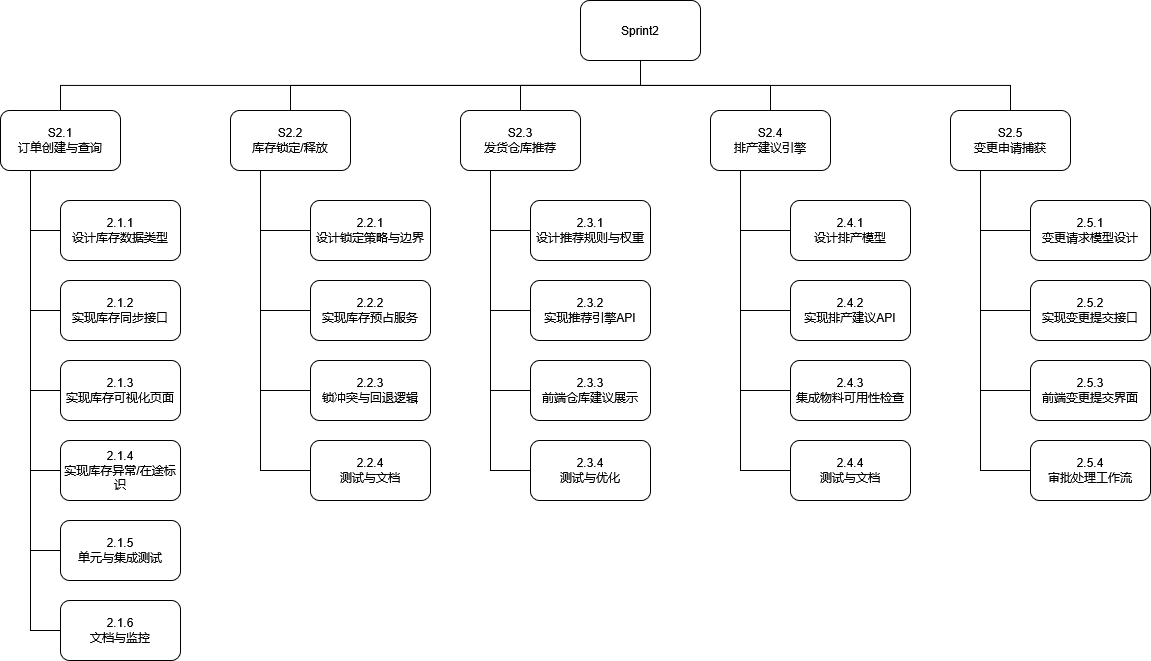
This is 项目管理WBS.png from QMCCC010/git.demo, a draw.io export, as it was before one commit. Source tidied: cells renumbered, new cells last; positions are measured from the earlier drawing's top-left corner, leaving out a move shared by most shapes.
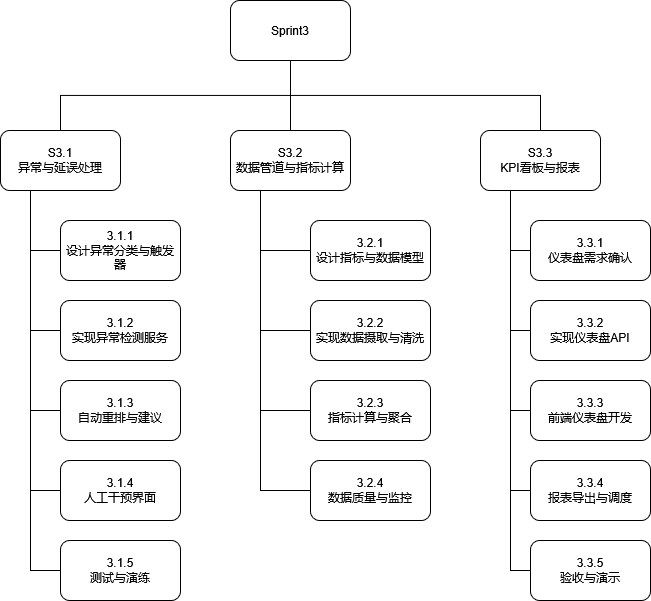
Above is the later version.

Diff of the diagram source:
```diff
@@ -8,17 +8,11 @@
     <mxCell id="3" style="edgeStyle=orthogonalEdgeStyle;rounded=0;jettySize=auto;html=1;exitX=0.5;exitY=1;exitDx=0;exitDy=0;endArrow=none;endFill=0;" parent="1" edge="1" source="7" target="25">
       <mxGeometry relative="1" as="geometry" />
     </mxCell>
-    <mxCell id="4" style="edgeStyle=orthogonalEdgeStyle;rounded=0;jettySize=auto;html=1;exitX=0.5;exitY=1;exitDx=0;exitDy=0;entryX=0.5;entryY=0;entryDx=0;entryDy=0;endArrow=none;endFill=0;" parent="1" edge="1" source="7" target="30">
-      <mxGeometry relative="1" as="geometry" />
-    </mxCell>
     <mxCell id="5" style="edgeStyle=orthogonalEdgeStyle;rounded=0;jettySize=auto;html=1;exitX=0.5;exitY=1;exitDx=0;exitDy=0;endArrow=none;endFill=0;" parent="1" edge="1" source="7" target="20">
       <mxGeometry relative="1" as="geometry" />
     </mxCell>
-    <mxCell id="6" style="edgeStyle=orthogonalEdgeStyle;rounded=0;jettySize=auto;html=1;exitX=0.5;exitY=1;exitDx=0;exitDy=0;entryX=0.5;entryY=0;entryDx=0;entryDy=0;endArrow=none;endFill=0;" parent="1" edge="1" source="7" target="35">
-      <mxGeometry relative="1" as="geometry" />
-    </mxCell>
-    <mxCell id="7" value="Sprint2" style="rounded=1;whiteSpace=wrap;html=1;" parent="1" vertex="1">
-      <mxGeometry x="580" width="120" height="60" as="geometry" />
+    <mxCell id="7" value="Sprint3" style="rounded=1;whiteSpace=wrap;html=1;" parent="1" vertex="1">
+      <mxGeometry x="230" y="-20" width="120" height="60" as="geometry" />
     </mxCell>
     <mxCell id="8" style="edgeStyle=orthogonalEdgeStyle;rounded=0;jettySize=auto;html=1;exitX=0.25;exitY=1;exitDx=0;exitDy=0;" parent="1" edge="1" source="15">
       <mxGeometry relative="1" as="geometry">
@@ -40,10 +34,7 @@
     <mxCell id="13" style="edgeStyle=orthogonalEdgeStyle;rounded=0;jettySize=auto;html=1;exitX=0.25;exitY=1;exitDx=0;exitDy=0;entryX=0;entryY=0.5;entryDx=0;entryDy=0;endArrow=none;endFill=0;" parent="1" edge="1" source="15" target="40">
       <mxGeometry relative="1" as="geometry" />
     </mxCell>
-    <mxCell id="14" style="edgeStyle=orthogonalEdgeStyle;rounded=0;jettySize=auto;html=1;exitX=0.25;exitY=1;exitDx=0;exitDy=0;entryX=0;entryY=0.5;entryDx=0;entryDy=0;endArrow=none;endFill=0;" parent="1" edge="1" source="15" target="41">
-      <mxGeometry relative="1" as="geometry" />
-    </mxCell>
-    <mxCell id="15" value="&lt;div&gt;S2.1&lt;/div&gt;&lt;div&gt;订单创建与查询&lt;/div&gt;" style="rounded=1;whiteSpace=wrap;html=1;" parent="1" vertex="1">
+    <mxCell id="15" value="&lt;div&gt;S3.1&lt;/div&gt;&lt;div&gt;异常与延误处理&lt;/div&gt;" style="rounded=1;whiteSpace=wrap;html=1;" parent="1" vertex="1">
       <mxGeometry y="110" width="120" height="60" as="geometry" />
     </mxCell>
     <mxCell id="16" style="edgeStyle=orthogonalEdgeStyle;rounded=0;jettySize=auto;html=1;exitX=0.25;exitY=1;exitDx=0;exitDy=0;entryX=0;entryY=0.5;entryDx=0;entryDy=0;endArrow=none;endFill=0;" parent="1" edge="1" source="20" target="42">
@@ -58,7 +49,7 @@
     <mxCell id="19" style="edgeStyle=orthogonalEdgeStyle;rounded=0;jettySize=auto;html=1;exitX=0.25;exitY=1;exitDx=0;exitDy=0;entryX=0;entryY=0.5;entryDx=0;entryDy=0;endArrow=none;endFill=0;" parent="1" edge="1" source="20" target="45">
       <mxGeometry relative="1" as="geometry" />
     </mxCell>
-    <mxCell id="20" value="&lt;div&gt;S2.2&lt;/div&gt;&lt;div&gt;库存锁定/释放&lt;/div&gt;" style="rounded=1;whiteSpace=wrap;html=1;" parent="1" vertex="1">
+    <mxCell id="20" value="&lt;div&gt;S3.2&lt;/div&gt;&lt;div&gt;数据管道与指标计算&lt;/div&gt;" style="rounded=1;whiteSpace=wrap;html=1;" parent="1" vertex="1">
       <mxGeometry x="230" y="110" width="120" height="60" as="geometry" />
     </mxCell>
     <mxCell id="21" style="edgeStyle=orthogonalEdgeStyle;rounded=0;jettySize=auto;html=1;exitX=0.25;exitY=1;exitDx=0;exitDy=0;entryX=0;entryY=0.5;entryDx=0;entryDy=0;endArrow=none;endFill=0;" parent="1" edge="1" source="25" target="46">
@@ -73,104 +64,55 @@
     <mxCell id="24" style="edgeStyle=orthogonalEdgeStyle;rounded=0;jettySize=auto;html=1;exitX=0.25;exitY=1;exitDx=0;exitDy=0;entryX=0;entryY=0.5;entryDx=0;entryDy=0;endArrow=none;endFill=0;" parent="1" edge="1" source="25" target="49">
       <mxGeometry relative="1" as="geometry" />
     </mxCell>
-    <mxCell id="25" value="&lt;div&gt;S2.3&lt;/div&gt;&lt;div&gt;发货仓库推荐&lt;/div&gt;" style="rounded=1;whiteSpace=wrap;html=1;" parent="1" vertex="1">
-      <mxGeometry x="460" y="110" width="120" height="60" as="geometry" />
+    <mxCell id="25" value="&lt;div&gt;S3.3&lt;/div&gt;&lt;div&gt;KPI看板与报表&lt;/div&gt;" style="rounded=1;whiteSpace=wrap;html=1;" parent="1" vertex="1">
+      <mxGeometry x="480" y="110" width="120" height="60" as="geometry" />
     </mxCell>
-    <mxCell id="26" style="edgeStyle=orthogonalEdgeStyle;rounded=0;jettySize=auto;html=1;exitX=0.25;exitY=1;exitDx=0;exitDy=0;entryX=0;entryY=0.5;entryDx=0;entryDy=0;endArrow=none;endFill=0;" parent="1" edge="1" source="30" target="50">
-      <mxGeometry relative="1" as="geometry" />
-    </mxCell>
-    <mxCell id="27" style="edgeStyle=orthogonalEdgeStyle;rounded=0;jettySize=auto;html=1;exitX=0.25;exitY=1;exitDx=0;exitDy=0;entryX=0;entryY=0.5;entryDx=0;entryDy=0;endArrow=none;endFill=0;" parent="1" edge="1" source="30" target="51">
-      <mxGeometry relative="1" as="geometry" />
-    </mxCell>
-    <mxCell id="28" style="edgeStyle=orthogonalEdgeStyle;rounded=0;jettySize=auto;html=1;exitX=0.25;exitY=1;exitDx=0;exitDy=0;entryX=0;entryY=0.5;entryDx=0;entryDy=0;endArrow=none;endFill=0;" parent="1" edge="1" source="30" target="52">
-      <mxGeometry relative="1" as="geometry" />
-    </mxCell>
-    <mxCell id="29" style="edgeStyle=orthogonalEdgeStyle;rounded=0;jettySize=auto;html=1;exitX=0.25;exitY=1;exitDx=0;exitDy=0;entryX=0;entryY=0.5;entryDx=0;entryDy=0;endArrow=none;endFill=0;" parent="1" edge="1" source="30" target="53">
-      <mxGeometry relative="1" as="geometry" />
-    </mxCell>
-    <mxCell id="30" value="&lt;div&gt;S2.4&lt;/div&gt;&lt;div&gt;排产建议引擎&lt;/div&gt;" style="rounded=1;whiteSpace=wrap;html=1;" parent="1" vertex="1">
-      <mxGeometry x="710" y="110" width="120" height="60" as="geometry" />
-    </mxCell>
-    <mxCell id="31" style="edgeStyle=orthogonalEdgeStyle;rounded=0;jettySize=auto;html=1;exitX=0.25;exitY=1;exitDx=0;exitDy=0;entryX=0;entryY=0.5;entryDx=0;entryDy=0;endArrow=none;endFill=0;" parent="1" edge="1" source="35" target="54">
-      <mxGeometry relative="1" as="geometry" />
-    </mxCell>
-    <mxCell id="32" style="edgeStyle=orthogonalEdgeStyle;rounded=0;jettySize=auto;html=1;exitX=0.25;exitY=1;exitDx=0;exitDy=0;entryX=0;entryY=0.5;entryDx=0;entryDy=0;endArrow=none;endFill=0;" parent="1" edge="1" source="35" target="55">
-      <mxGeometry relative="1" as="geometry" />
-    </mxCell>
-    <mxCell id="33" style="edgeStyle=orthogonalEdgeStyle;rounded=0;jettySize=auto;html=1;exitX=0.25;exitY=1;exitDx=0;exitDy=0;entryX=0;entryY=0.5;entryDx=0;entryDy=0;endArrow=none;endFill=0;" parent="1" edge="1" source="35" target="56">
-      <mxGeometry relative="1" as="geometry" />
-    </mxCell>
-    <mxCell id="34" style="edgeStyle=orthogonalEdgeStyle;rounded=0;jettySize=auto;html=1;exitX=0.25;exitY=1;exitDx=0;exitDy=0;entryX=0;entryY=0.5;entryDx=0;entryDy=0;endArrow=none;endFill=0;" parent="1" edge="1" source="35" target="57">
-      <mxGeometry relative="1" as="geometry" />
-    </mxCell>
-    <mxCell id="35" value="&lt;div&gt;S2.5&lt;/div&gt;&lt;div&gt;变更申请捕获&lt;/div&gt;" style="rounded=1;whiteSpace=wrap;html=1;" parent="1" vertex="1">
-      <mxGeometry x="950" y="110" width="120" height="60" as="geometry" />
-    </mxCell>
-    <mxCell id="36" value="&lt;div&gt;2.1.1&lt;/div&gt;&lt;div&gt;设计库存数据类型&lt;/div&gt;" style="rounded=1;whiteSpace=wrap;html=1;" parent="1" vertex="1">
+    <mxCell id="36" value="&lt;div&gt;3.1.1&lt;/div&gt;&lt;div&gt;设计异常分类与触发器&lt;/div&gt;" style="rounded=1;whiteSpace=wrap;html=1;" parent="1" vertex="1">
       <mxGeometry x="60" y="200" width="120" height="60" as="geometry" />
     </mxCell>
-    <mxCell id="37" value="&lt;div&gt;2.1.2&lt;/div&gt;&lt;div&gt;实现库存同步接口&lt;/div&gt;" style="rounded=1;whiteSpace=wrap;html=1;" parent="1" vertex="1">
+    <mxCell id="37" value="&lt;div&gt;3.1.2&lt;/div&gt;&lt;div&gt;实现异常检测服务&lt;/div&gt;" style="rounded=1;whiteSpace=wrap;html=1;" parent="1" vertex="1">
       <mxGeometry x="60" y="280" width="120" height="60" as="geometry" />
     </mxCell>
-    <mxCell id="38" value="&lt;div&gt;2.1.3&lt;/div&gt;&lt;div&gt;实现库存可视化页面&lt;/div&gt;" style="rounded=1;whiteSpace=wrap;html=1;" parent="1" vertex="1">
+    <mxCell id="38" value="&lt;div&gt;3.1.3&lt;/div&gt;&lt;div&gt;自动重排与建议&lt;/div&gt;" style="rounded=1;whiteSpace=wrap;html=1;" parent="1" vertex="1">
       <mxGeometry x="60" y="360" width="120" height="60" as="geometry" />
     </mxCell>
-    <mxCell id="39" value="&lt;div&gt;2.1.4&lt;/div&gt;&lt;div&gt;实现库存异常/在途标识&lt;/div&gt;" style="rounded=1;whiteSpace=wrap;html=1;" parent="1" vertex="1">
+    <mxCell id="39" value="&lt;div&gt;3.1.4&lt;/div&gt;&lt;div&gt;人工干预界面&lt;/div&gt;" style="rounded=1;whiteSpace=wrap;html=1;" parent="1" vertex="1">
       <mxGeometry x="60" y="440" width="120" height="60" as="geometry" />
     </mxCell>
-    <mxCell id="40" value="&lt;div&gt;2.1.5&lt;/div&gt;单元与集成测试" style="rounded=1;whiteSpace=wrap;html=1;" parent="1" vertex="1">
+    <mxCell id="40" value="&lt;div&gt;3.1.5&lt;/div&gt;&lt;div&gt;测试与演练&lt;/div&gt;" style="rounded=1;whiteSpace=wrap;html=1;" parent="1" vertex="1">
       <mxGeometry x="60" y="520" width="120" height="60" as="geometry" />
     </mxCell>
-    <mxCell id="41" value="&lt;div&gt;2.1.6&lt;/div&gt;&lt;div&gt;文档与监控&lt;/div&gt;" style="rounded=1;whiteSpace=wrap;html=1;" parent="1" vertex="1">
-      <mxGeometry x="60" y="600" width="120" height="60" as="geometry" />
-    </mxCell>
-    <mxCell id="42" value="&lt;div&gt;2.2.1&lt;/div&gt;&lt;div&gt;设计锁定策略与边界&lt;/div&gt;" style="rounded=1;whiteSpace=wrap;html=1;" parent="1" vertex="1">
+    <mxCell id="42" value="&lt;div&gt;3.2.1&lt;/div&gt;&lt;div&gt;设计指标与数据模型&lt;/div&gt;" style="rounded=1;whiteSpace=wrap;html=1;" parent="1" vertex="1">
       <mxGeometry x="310" y="200" width="120" height="60" as="geometry" />
     </mxCell>
-    <mxCell id="43" value="&lt;div&gt;2.2.2&lt;/div&gt;&lt;div&gt;实现库存预占服务&lt;/div&gt;" style="rounded=1;whiteSpace=wrap;html=1;" parent="1" vertex="1">
+    <mxCell id="43" value="&lt;div&gt;3.2.2&lt;/div&gt;&lt;div&gt;实现数据摄取与清洗&lt;/div&gt;" style="rounded=1;whiteSpace=wrap;html=1;" parent="1" vertex="1">
       <mxGeometry x="310" y="280" width="120" height="60" as="geometry" />
     </mxCell>
-    <mxCell id="44" value="&lt;div&gt;2.2.3&lt;/div&gt;&lt;div&gt;锁冲突与回退逻辑&lt;/div&gt;" style="rounded=1;whiteSpace=wrap;html=1;" parent="1" vertex="1">
+    <mxCell id="44" value="&lt;div&gt;3.2.3&lt;/div&gt;&lt;div&gt;指标计算与聚合&lt;/div&gt;" style="rounded=1;whiteSpace=wrap;html=1;" parent="1" vertex="1">
       <mxGeometry x="310" y="360" width="120" height="60" as="geometry" />
     </mxCell>
-    <mxCell id="45" value="&lt;div&gt;2.2.4&lt;/div&gt;&lt;div&gt;测试与文档&lt;/div&gt;" style="rounded=1;whiteSpace=wrap;html=1;" parent="1" vertex="1">
+    <mxCell id="45" value="&lt;div&gt;3.2.4&lt;/div&gt;&lt;div&gt;数据质量与监控&lt;/div&gt;" style="rounded=1;whiteSpace=wrap;html=1;" parent="1" vertex="1">
       <mxGeometry x="310" y="440" width="120" height="60" as="geometry" />
     </mxCell>
-    <mxCell id="46" value="&lt;div&gt;2.3.1&lt;/div&gt;&lt;div&gt;设计推荐规则与权重&lt;/div&gt;" style="rounded=1;whiteSpace=wrap;html=1;" parent="1" vertex="1">
+    <mxCell id="46" value="&lt;div&gt;3.3.1&lt;/div&gt;&lt;div&gt;仪表盘需求确认&lt;/div&gt;" style="rounded=1;whiteSpace=wrap;html=1;" parent="1" vertex="1">
       <mxGeometry x="530" y="200" width="120" height="60" as="geometry" />
     </mxCell>
-    <mxCell id="47" value="&lt;div&gt;2.3.2&lt;/div&gt;&lt;div&gt;实现推荐引擎API&lt;/div&gt;" style="rounded=1;whiteSpace=wrap;html=1;" parent="1" vertex="1">
+    <mxCell id="47" value="&lt;div&gt;3.3.2&lt;/div&gt;&lt;div&gt;实现仪表盘API&lt;/div&gt;" style="rounded=1;whiteSpace=wrap;html=1;" parent="1" vertex="1">
       <mxGeometry x="530" y="280" width="120" height="60" as="geometry" />
     </mxCell>
-    <mxCell id="48" value="&lt;div&gt;2.3.3&lt;/div&gt;&lt;div&gt;前端仓库建议展示&lt;/div&gt;" style="rounded=1;whiteSpace=wrap;html=1;" parent="1" vertex="1">
+    <mxCell id="48" value="&lt;div&gt;3.3.3&lt;/div&gt;&lt;div&gt;前端仪表盘开发&lt;/div&gt;" style="rounded=1;whiteSpace=wrap;html=1;" parent="1" vertex="1">
       <mxGeometry x="530" y="360" width="120" height="60" as="geometry" />
     </mxCell>
-    <mxCell id="49" value="&lt;div&gt;2.3.4&lt;/div&gt;&lt;div&gt;测试与优化&lt;/div&gt;" style="rounded=1;whiteSpace=wrap;html=1;" parent="1" vertex="1">
+    <mxCell id="49" value="&lt;div&gt;3.3.4&lt;/div&gt;&lt;div&gt;报表导出与调度&lt;/div&gt;" style="rounded=1;whiteSpace=wrap;html=1;" parent="1" vertex="1">
       <mxGeometry x="530" y="440" width="120" height="60" as="geometry" />
     </mxCell>
-    <mxCell id="50" value="&lt;div&gt;2.4.1&lt;/div&gt;&lt;div&gt;设计排产模型&lt;/div&gt;" style="rounded=1;whiteSpace=wrap;html=1;" parent="1" vertex="1">
-      <mxGeometry x="790" y="200" width="120" height="60" as="geometry" />
-    </mxCell>
-    <mxCell id="51" value="&lt;div&gt;2.4.2&lt;/div&gt;&lt;div&gt;实现排产建议API&lt;/div&gt;" style="rounded=1;whiteSpace=wrap;html=1;" parent="1" vertex="1">
-      <mxGeometry x="790" y="280" width="120" height="60" as="geometry" />
-    </mxCell>
-    <mxCell id="52" value="&lt;div&gt;2.4.3&lt;/div&gt;&lt;div&gt;集成物料可用性检查&lt;/div&gt;" style="rounded=1;whiteSpace=wrap;html=1;" parent="1" vertex="1">
-      <mxGeometry x="790" y="360" width="120" height="60" as="geometry" />
-    </mxCell>
-    <mxCell id="53" value="&lt;div&gt;2.4.4&lt;/div&gt;&lt;div&gt;测试与文档&lt;/div&gt;" style="rounded=1;whiteSpace=wrap;html=1;" parent="1" vertex="1">
-      <mxGeometry x="790" y="440" width="120" height="60" as="geometry" />
-    </mxCell>
-    <mxCell id="54" value="&lt;div&gt;2.5.1&lt;/div&gt;&lt;div&gt;变更请求模型设计&lt;/div&gt;" style="rounded=1;whiteSpace=wrap;html=1;" parent="1" vertex="1">
-      <mxGeometry x="1030" y="200" width="120" height="60" as="geometry" />
-    </mxCell>
-    <mxCell id="55" value="&lt;div&gt;2.5.2&lt;/div&gt;&lt;div&gt;实现变更提交接口&lt;/div&gt;" style="rounded=1;whiteSpace=wrap;html=1;" parent="1" vertex="1">
-      <mxGeometry x="1030" y="280" width="120" height="60" as="geometry" />
-    </mxCell>
-    <mxCell id="56" value="&lt;div&gt;2.5.3&lt;/div&gt;&lt;div&gt;前端变更提交界面&lt;/div&gt;" style="rounded=1;whiteSpace=wrap;html=1;" parent="1" vertex="1">
-      <mxGeometry x="1030" y="360" width="120" height="60" as="geometry" />
-    </mxCell>
-    <mxCell id="57" value="&lt;div&gt;2.5.4&lt;/div&gt;&lt;div&gt;审批处理工作流&lt;/div&gt;" style="rounded=1;whiteSpace=wrap;html=1;" parent="1" vertex="1">
-      <mxGeometry x="1030" y="440" width="120" height="60" as="geometry" />
-    </mxCell>
+    <mxCell id="58" style="edgeStyle=orthogonalEdgeStyle;rounded=0;jettySize=auto;html=1;exitX=0;exitY=0.5;exitDx=0;exitDy=0;endArrow=none;endFill=0;" parent="1" edge="1" source="59">
+      <mxGeometry relative="1" as="geometry">
+        <mxPoint x="510" y="470" as="targetPoint" />
+      </mxGeometry>
+    </mxCell>
+    <mxCell id="59" value="&lt;div&gt;3.3.5&lt;/div&gt;&lt;div&gt;验收与演示&lt;/div&gt;" style="rounded=1;whiteSpace=wrap;html=1;" parent="1" vertex="1">
+      <mxGeometry x="530" y="520" width="120" height="60" as="geometry" />
+    </mxCell>
   </root>
 </mxGraphModel>
```
